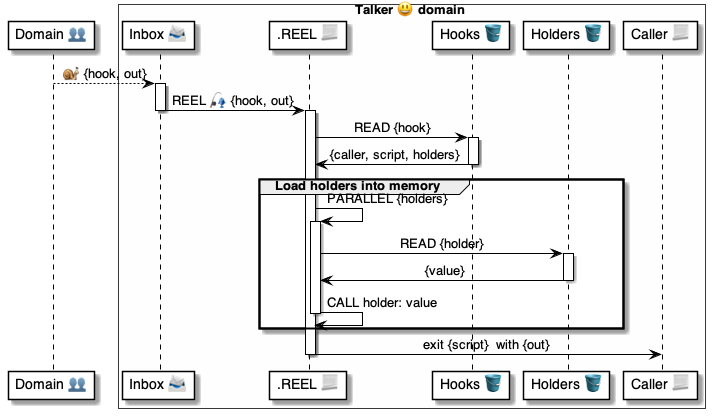
This is 4 ⚙️ Solution/37 Scripts 📃/📃 Commands ⌘/⌘ for async/REEL 🎣/🎣 REEL ⚙️ uml.png from pollyweb-org/pollyweb-docs, a PlantUML export, as it was before one commit. Its source is kept beside it as 4 ⚙️ Solution/37 Scripts 📃/📃 Commands ⌘/⌘ for async/REEL 🎣/🎣 REEL ⚙️ uml.puml. The source it was exported from:
```plantuml
@startuml Hook

participant "Domain 👥" as domain

box Talker 😃 domain #FFFFFA
    participant "Inbox 📨" as inbox
    participant ".REEL 📃" as reel
    participant "Hooks 🪣" as hooks
    participant "Holders 🪣" as holders
    participant "Caller 📃" as caller
end box


domain --> inbox: 🐌 {hook, out}

activate inbox
    inbox -> reel:  REEL 🎣 {hook, out}
deactivate inbox

activate reel
    reel -> hooks: READ {hook}

    activate hooks
        hooks -> reel: {caller, script, holders}
    deactivate hooks

    group Load holders into memory

        reel -> reel: PARALLEL {holders}
        activate reel
            reel -> holders: READ {holder}

            activate holders
                holders -> reel: {value}
            deactivate holders

            reel -> reel: CALL holder: value
        deactivate reel

    end group

    reel -> caller: exit {script}  with {out}

deactivate reel

@enduml
```
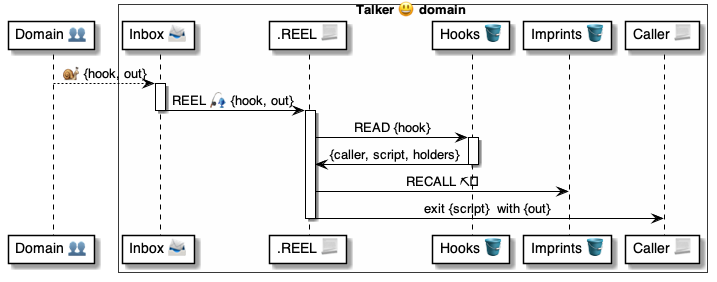
Later version of the same file.

Diff of the diagram source:
```diff
@@ -6,7 +6,7 @@
     participant "Inbox 📨" as inbox
     participant ".REEL 📃" as reel
     participant "Hooks 🪣" as hooks
-    participant "Holders 🪣" as holders
+    participant "Imprints 🪣" as imprints
     participant "Caller 📃" as caller
 end box
 
@@ -24,20 +24,7 @@
         hooks -> reel: {caller, script, holders}
     deactivate hooks
 
-    group Load holders into memory
-
-        reel -> reel: PARALLEL {holders}
-        activate reel
-            reel -> holders: READ {holder}
-
-            activate holders
-                holders -> reel: {value}
-            deactivate holders
-
-            reel -> reel: CALL holder: value
-        deactivate reel
-
-    end group
+    reel -> imprints: RECALL ⛏️
 
     reel -> caller: exit {script}  with {out}
 
```
